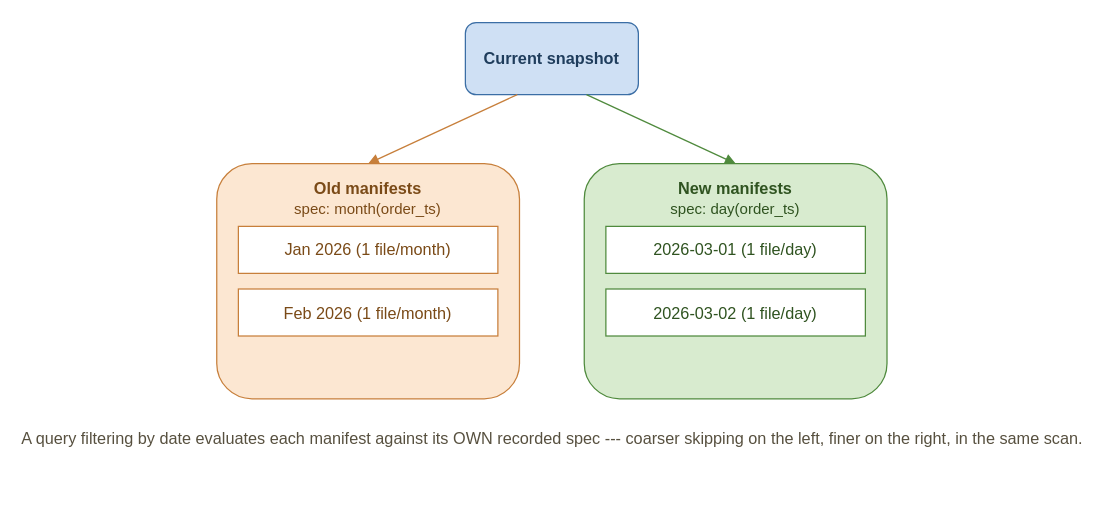
Earlier version of the draw.io diagram book/figures/partition-evolution.drawio (AlanPhan04/spark-101-to-pro). Source tidied: cells renumbered, new cells numbered last; positions are measured from the earlier drawing's top-left corner, leaving out a move shared by most shapes. Both pictures are drawn from the tidied source at 125%, with x=0, y=0 at pixel (216, 21).
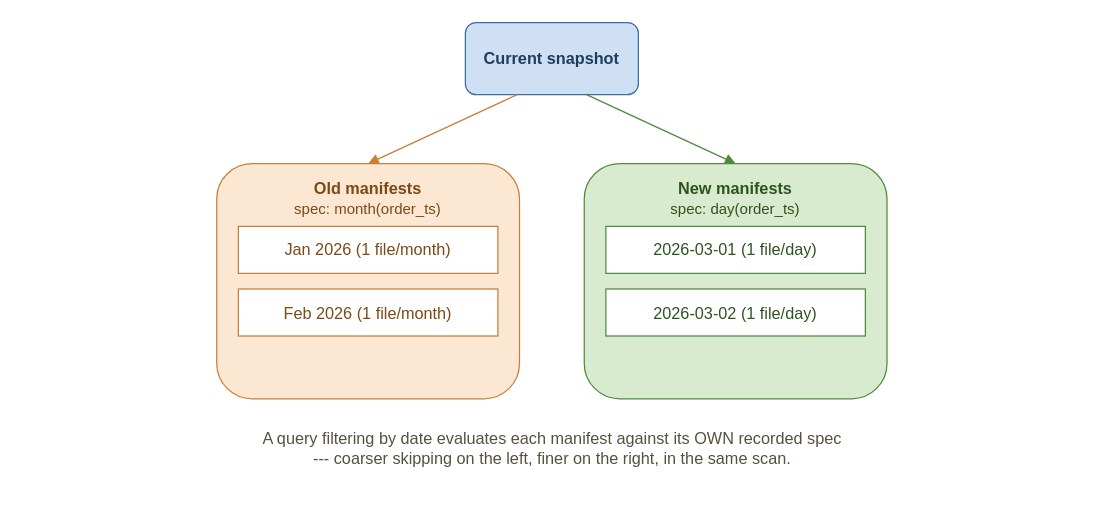
Above is the later version.

Change to the diagram source:
```diff
@@
 <mxGraphModel>
   <root>
     <mxCell id="0" />
     <mxCell id="1" parent="0" />
     <mxCell id="2" value="&lt;b&gt;Current snapshot&lt;/b&gt;" style="rounded=1;whiteSpace=wrap;html=1;fillColor=#cfe0f4;strokeColor=#3b6ea5;fontSize=13;fontColor=#1f3d5c;" parent="1" vertex="1">
       <mxGeometry x="198.8" y="0.5" width="138.4" height="57.7" as="geometry" />
     </mxCell>
     <mxCell id="3" value="&lt;b&gt;Old manifests&lt;/b&gt;&lt;br&gt;&lt;span style=&quot;font-size:12px&quot;&gt;spec: month(order_ts)&lt;/span&gt;" style="rounded=1;whiteSpace=wrap;html=1;fillColor=#fce7d2;strokeColor=#c77f3b;fontSize=13;fontColor=#7a4a17;verticalAlign=top;spacingTop=6;" parent="1" vertex="1">
       <mxGeometry x="-0.1" y="113.4" width="242.2" height="188.1" as="geometry" />
     </mxCell>
     <mxCell id="4" value="Jan 2026 (1 file/month)" style="rounded=0;whiteSpace=wrap;html=1;fillColor=#ffffff;strokeColor=#c77f3b;fontSize=13;fontColor=#7a4a17;" parent="1" vertex="1">
       <mxGeometry x="17.2" y="163.6" width="207.6" height="37.6" as="geometry" />
     </mxCell>
     <mxCell id="5" value="Feb 2026 (1 file/month)" style="rounded=0;whiteSpace=wrap;html=1;fillColor=#ffffff;strokeColor=#c77f3b;fontSize=13;fontColor=#7a4a17;" parent="1" vertex="1">
       <mxGeometry x="17.2" y="213.7" width="207.6" height="37.6" as="geometry" />
     </mxCell>
     <mxCell id="6" value="&lt;b&gt;New manifests&lt;/b&gt;&lt;br&gt;&lt;span style=&quot;font-size:12px&quot;&gt;spec: day(order_ts)&lt;/span&gt;" style="rounded=1;whiteSpace=wrap;html=1;fillColor=#d8ebcf;strokeColor=#4f8a3d;fontSize=13;fontColor=#2f5320;verticalAlign=top;spacingTop=6;" parent="1" vertex="1">
       <mxGeometry x="293.9" y="113.4" width="242.2" height="188.1" as="geometry" />
     </mxCell>
     <mxCell id="7" value="2026-03-01 (1 file/day)" style="rounded=0;whiteSpace=wrap;html=1;fillColor=#ffffff;strokeColor=#4f8a3d;fontSize=13;fontColor=#2f5320;" parent="1" vertex="1">
       <mxGeometry x="311.2" y="163.6" width="207.6" height="37.6" as="geometry" />
     </mxCell>
     <mxCell id="8" value="2026-03-02 (1 file/day)" style="rounded=0;whiteSpace=wrap;html=1;fillColor=#ffffff;strokeColor=#4f8a3d;fontSize=13;fontColor=#2f5320;" parent="1" vertex="1">
       <mxGeometry x="311.2" y="213.7" width="207.6" height="37.6" as="geometry" />
     </mxCell>
     <mxCell id="9" style="edges=1;html=1;endArrow=block;strokeColor=#c77f3b;exitX=0.3;exitY=1;entryX=0.5;entryY=0;" parent="1" edge="1" source="2" target="3">
       <mxGeometry relative="1" as="geometry" />
     </mxCell>
     <mxCell id="10" style="edges=1;html=1;endArrow=block;strokeColor=#4f8a3d;exitX=0.7;exitY=1;entryX=0.5;entryY=0;" parent="1" edge="1" source="2" target="6">
       <mxGeometry relative="1" as="geometry" />
     </mxCell>
-    <mxCell id="11" value="A query filtering by date evaluates each manifest against its OWN recorded spec --- coarser skipping on the left, finer on the right, in the same scan." style="text;html=1;align=center;fontSize=13;fontColor=#57503f;" parent="1" vertex="1">
+    <mxCell id="11" value="A query filtering by date evaluates each manifest against its OWN recorded spec&lt;br&gt;--- coarser skipping on the left, finer on the right, in the same scan." style="text;html=1;align=center;fontSize=13;fontColor=#57503f;" parent="1" vertex="1">
       <mxGeometry x="-0.1" y="319.1" width="536.2" height="50.2" as="geometry" />
     </mxCell>
   </root>
 </mxGraphModel>
```
